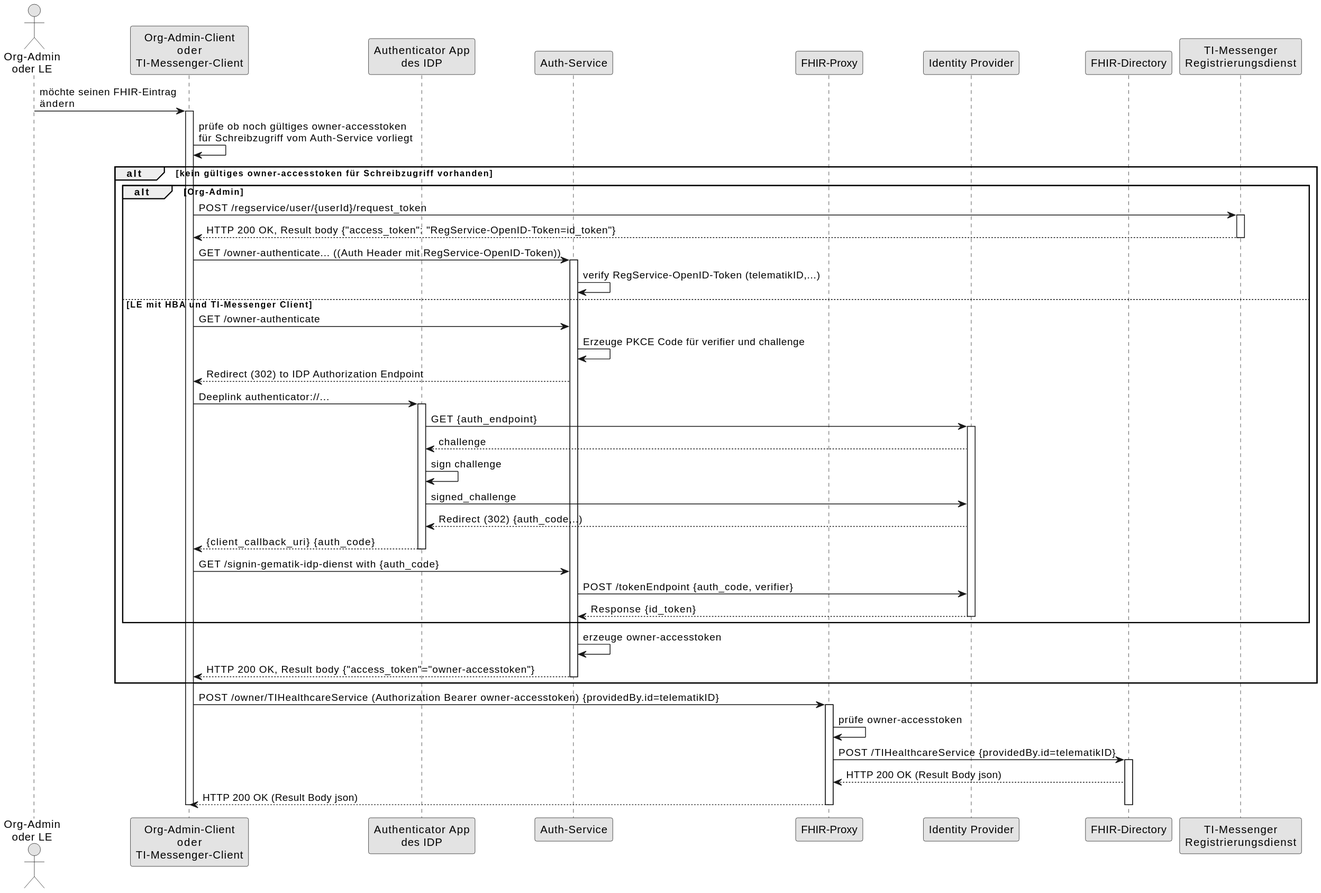
gematik/api-vzd keeps this PlantUML diagram as images/diagrams/SequenceDiagram.FHIR-Directory.owner.svg. Above is the earlier version.
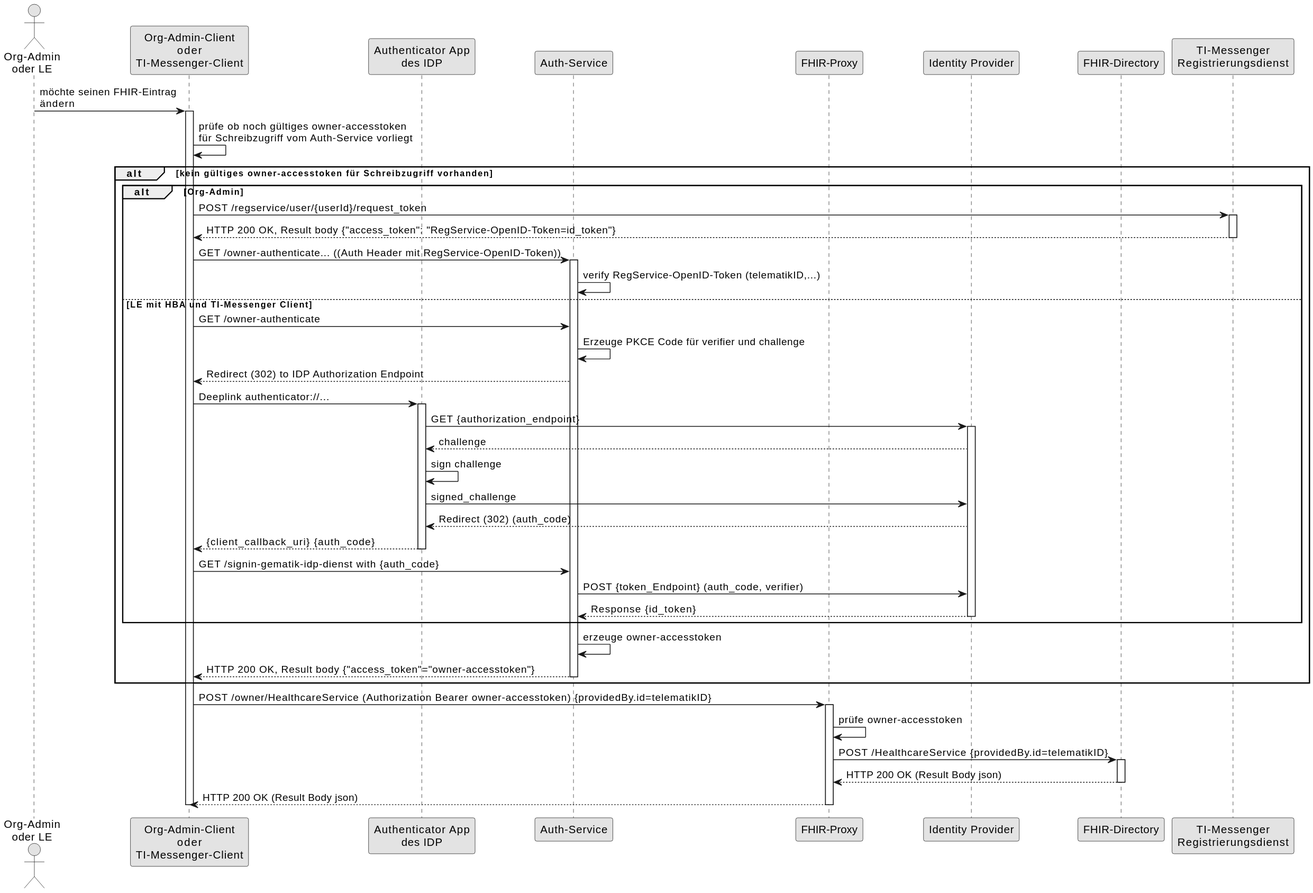
Above is the later version.

What changed in the source:
```diff
@@ -31,17 +31,17 @@
 cl -> aa: Deeplink authenticator://...
 activate aa
 
-aa -> idp: GET {auth_endpoint}
+aa -> idp: GET {authorization_endpoint}
 activate idp
 idp --> aa: challenge
 aa -> aa: sign challenge
 aa-> idp: signed_challenge
-idp --> aa: Redirect (302) {auth_code,..)
+idp --> aa: Redirect (302) (auth_code)
 aa --> cl: {client_callback_uri} {auth_code}
 deactivate aa
 
 cl -> au: GET /signin-gematik-idp-dienst with {auth_code}
-au -> idp: POST /tokenEndpoint {auth_code, verifier}
+au -> idp: POST {token_Endpoint} (auth_code, verifier)
 idp --> au: Response {id_token}
 
 deactivate idp
@@ -50,14 +50,14 @@
 au --> cl: HTTP 200 OK, Result body {"access_token"="owner-accesstoken"}
 deactivate au
 end
-cl -> fp: POST /owner/TIHealthcareService (Authorization Bearer owner-accesstoken) {providedBy.id=telematikID}
+cl -> fp: POST /owner/HealthcareService (Authorization Bearer owner-accesstoken) {providedBy.id=telematikID}
 activate fp
 fp -> fp: prüfe owner-accesstoken
-fp -> fd: POST /TIHealthcareService {providedBy.id=telematikID}
+fp -> fd: POST /HealthcareService {providedBy.id=telematikID}
 activate fd
 fd --> fp: HTTP 200 OK (Result Body json)
+deactivate fd
 fp --> cl: HTTP 200 OK (Result Body json)
-deactivate fd
 deactivate fp
 deactivate cl
 @enduml
```
